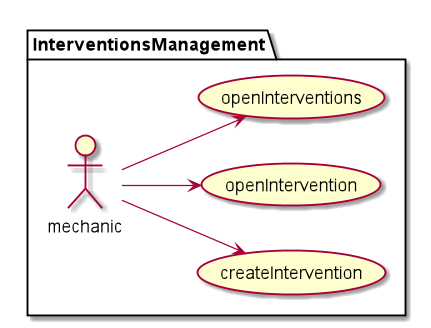
This is documentation/1requiremets/usecases/png/interventionUsecases.png from Ruskab/agrimManager, a PlantUML export, as it was before one commit.
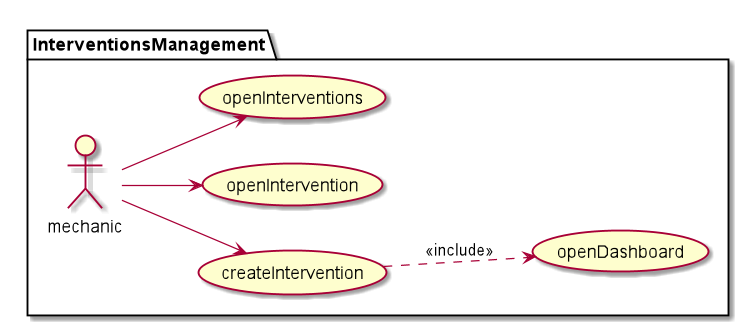
After the change.

Change to the diagram source:
```diff
@@ -4,6 +4,7 @@
 
 package InterventionsManagement {
 :mechanic: --> (createIntervention)
+(createIntervention) ..> (openDashboard) : <<include>>
 :mechanic: --> (openIntervention)
 :mechanic: --> (openInterventions)
 }
```
